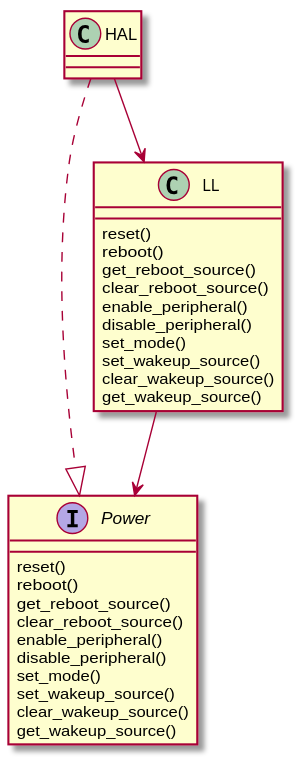
Above: docs/source/assets/images/pwr.svg in onkwon/halmcu (PlantUML), before the change.
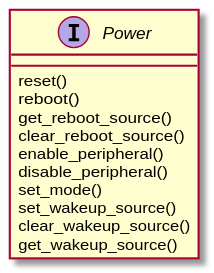
The same file after the commit.

Diff of the diagram source:
```diff
@@ -11,24 +11,4 @@
 	clear_wakeup_source()
 	get_wakeup_source()
 }
-
-class LL {
-	reset()
-	reboot()
-	get_reboot_source()
-	clear_reboot_source()
-	enable_peripheral()
-	disable_peripheral()
-	set_mode()
-	set_wakeup_source()
-	clear_wakeup_source()
-	get_wakeup_source()
-}
-
-class HAL {
-}
-
-HAL ..|> Power
-HAL --> LL
-LL --> Power
 @enduml
```
